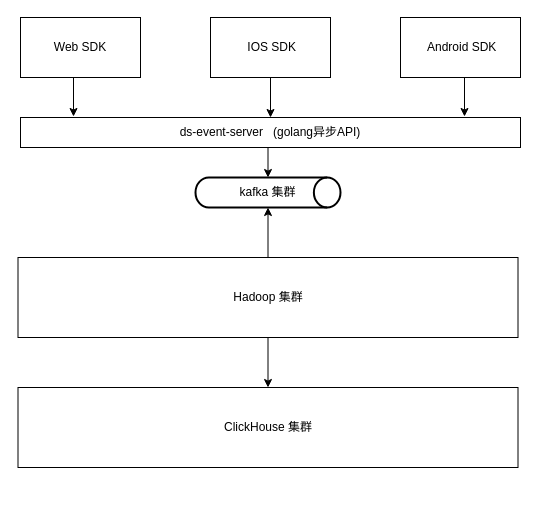
The draw.io diagram page "埋点处理方案" (9 of 9) of kupu杂项.drawio in chenjia1949/pic, before the edit. Source tidied: cells renumbered, new cells numbered last; positions are measured from the earlier drawing's top-left corner, leaving out a move shared by most shapes. Both pictures are drawn from the tidied source at 100%, with x=0, y=0 at pixel (18, 17).
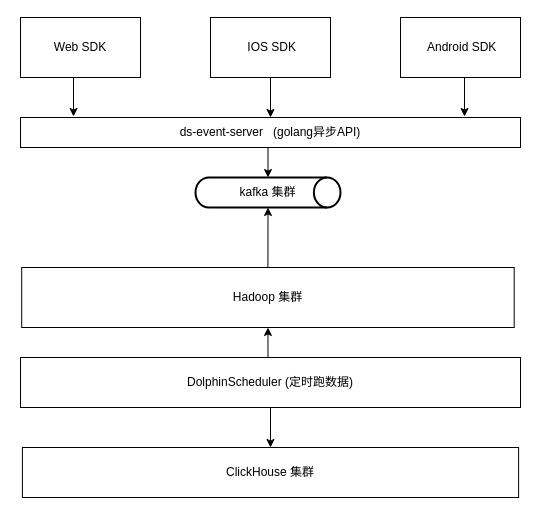
Above is the later version.

The edit, as a diff of the source:
```diff
@@
 <mxGraphModel>
   <root>
     <mxCell id="0" />
     <mxCell id="1" parent="0" />
     <mxCell id="2" value="Web SDK" style="rounded=0;whiteSpace=wrap;html=1;" parent="1" vertex="1">
       <mxGeometry x="2" width="120" height="60" as="geometry" />
     </mxCell>
     <mxCell id="3" style="edgeStyle=orthogonalEdgeStyle;rounded=0;jettySize=auto;html=1;exitX=0.5;exitY=1;exitDx=0;exitDy=0;entryX=0.5;entryY=0;entryDx=0;entryDy=0;" parent="1" edge="1" source="4" target="6">
       <mxGeometry relative="1" as="geometry" />
     </mxCell>
     <mxCell id="4" value="&amp;nbsp;IOS SDK" style="rounded=0;whiteSpace=wrap;html=1;" parent="1" vertex="1">
       <mxGeometry x="192" width="120" height="60" as="geometry" />
     </mxCell>
     <mxCell id="5" value="&amp;nbsp;Android SDK" style="rounded=0;whiteSpace=wrap;html=1;" parent="1" vertex="1">
       <mxGeometry x="382" width="120" height="60" as="geometry" />
     </mxCell>
     <mxCell id="6" value="ds-event-server&amp;nbsp; &amp;nbsp;(golang异步API)" style="rounded=0;whiteSpace=wrap;html=1;" parent="1" vertex="1">
       <mxGeometry x="2" y="100" width="500" height="30" as="geometry" />
     </mxCell>
     <mxCell id="7" style="edgeStyle=orthogonalEdgeStyle;rounded=0;jettySize=auto;html=1;exitX=0.5;exitY=0;exitDx=0;exitDy=0;entryX=0.5;entryY=1;entryDx=0;entryDy=0;entryPerimeter=0;" parent="1" edge="1" source="9" target="14">
       <mxGeometry relative="1" as="geometry" />
     </mxCell>
-    <mxCell id="8" style="edgeStyle=orthogonalEdgeStyle;rounded=0;jettySize=auto;html=1;exitX=0.5;exitY=1;exitDx=0;exitDy=0;" parent="1" edge="1" source="9" target="13">
-      <mxGeometry relative="1" as="geometry" />
-    </mxCell>
     <mxCell id="9" value="Hadoop 集群" style="rounded=0;whiteSpace=wrap;html=1;" parent="1" vertex="1">
-      <mxGeometry x="-0.5" y="240" width="500" height="80" as="geometry" />
+      <mxGeometry x="3.2" y="250" width="492.5" height="60" as="geometry" />
     </mxCell>
     <mxCell id="10" style="edgeStyle=orthogonalEdgeStyle;rounded=0;jettySize=auto;html=1;exitX=0.5;exitY=1;exitDx=0;exitDy=0;entryX=0.106;entryY=-0.033;entryDx=0;entryDy=0;entryPerimeter=0;" parent="1" edge="1" source="2" target="6">
       <mxGeometry relative="1" as="geometry" />
     </mxCell>
     <mxCell id="11" style="edgeStyle=orthogonalEdgeStyle;rounded=0;jettySize=auto;html=1;exitX=0.5;exitY=1;exitDx=0;exitDy=0;entryX=0.888;entryY=-0.033;entryDx=0;entryDy=0;entryPerimeter=0;" parent="1" edge="1" source="5" target="6">
       <mxGeometry relative="1" as="geometry" />
     </mxCell>
     <mxCell id="12" style="edgeStyle=orthogonalEdgeStyle;rounded=0;jettySize=auto;html=1;exitX=0.5;exitY=1;exitDx=0;exitDy=0;entryX=0.5;entryY=0;entryDx=0;entryDy=0;entryPerimeter=0;" parent="1" edge="1" source="6" target="14">
       <mxGeometry relative="1" as="geometry" />
     </mxCell>
     <mxCell id="13" value="ClickHouse 集群" style="rounded=0;whiteSpace=wrap;html=1;" parent="1" vertex="1">
-      <mxGeometry x="-0.5" y="370" width="500" height="80" as="geometry" />
+      <mxGeometry x="3.9" y="430" width="496.2" height="50" as="geometry" />
     </mxCell>
     <mxCell id="14" value="kafka 集群" style="strokeWidth=2;html=1;shape=mxgraph.flowchart.direct_data;whiteSpace=wrap;" parent="1" vertex="1">
       <mxGeometry x="177" y="160" width="145" height="30" as="geometry" />
     </mxCell>
+    <mxCell id="15" style="edgeStyle=orthogonalEdgeStyle;rounded=0;jettySize=auto;html=1;exitX=0.5;exitY=1;exitDx=0;exitDy=0;entryX=0.5;entryY=0;entryDx=0;entryDy=0;" parent="1" edge="1" source="17" target="13">
+      <mxGeometry relative="1" as="geometry" />
+    </mxCell>
+    <mxCell id="16" style="edgeStyle=orthogonalEdgeStyle;rounded=0;jettySize=auto;html=1;exitX=0.5;exitY=0;exitDx=0;exitDy=0;entryX=0.5;entryY=1;entryDx=0;entryDy=0;" parent="1" edge="1" source="17" target="9">
+      <mxGeometry relative="1" as="geometry" />
+    </mxCell>
+    <mxCell id="17" value="DolphinScheduler (定时跑数据)" style="rounded=0;whiteSpace=wrap;html=1;" parent="1" vertex="1">
+      <mxGeometry x="2" y="340" width="500" height="50" as="geometry" />
+    </mxCell>
   </root>
 </mxGraphModel>
```
